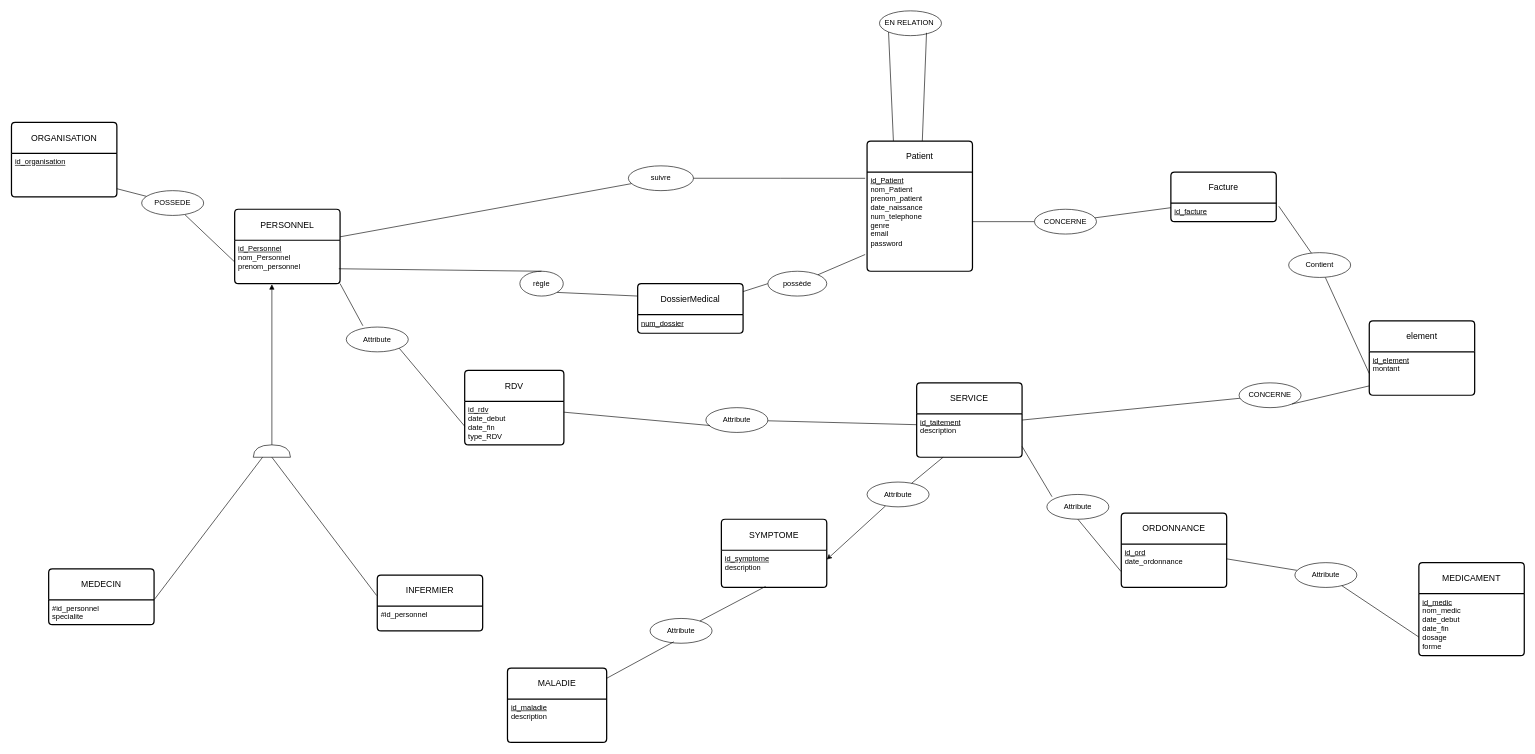
Earlier version of the draw.io diagram Untitled Diagram.drawio (riadriadriad/labMcd). Source tidied: cells renumbered, new cells numbered last; positions are measured from the earlier drawing's top-left corner, leaving out a move shared by most shapes. Both pictures are drawn from the tidied source at 62%, with x=0, y=0 at pixel (11, 11).
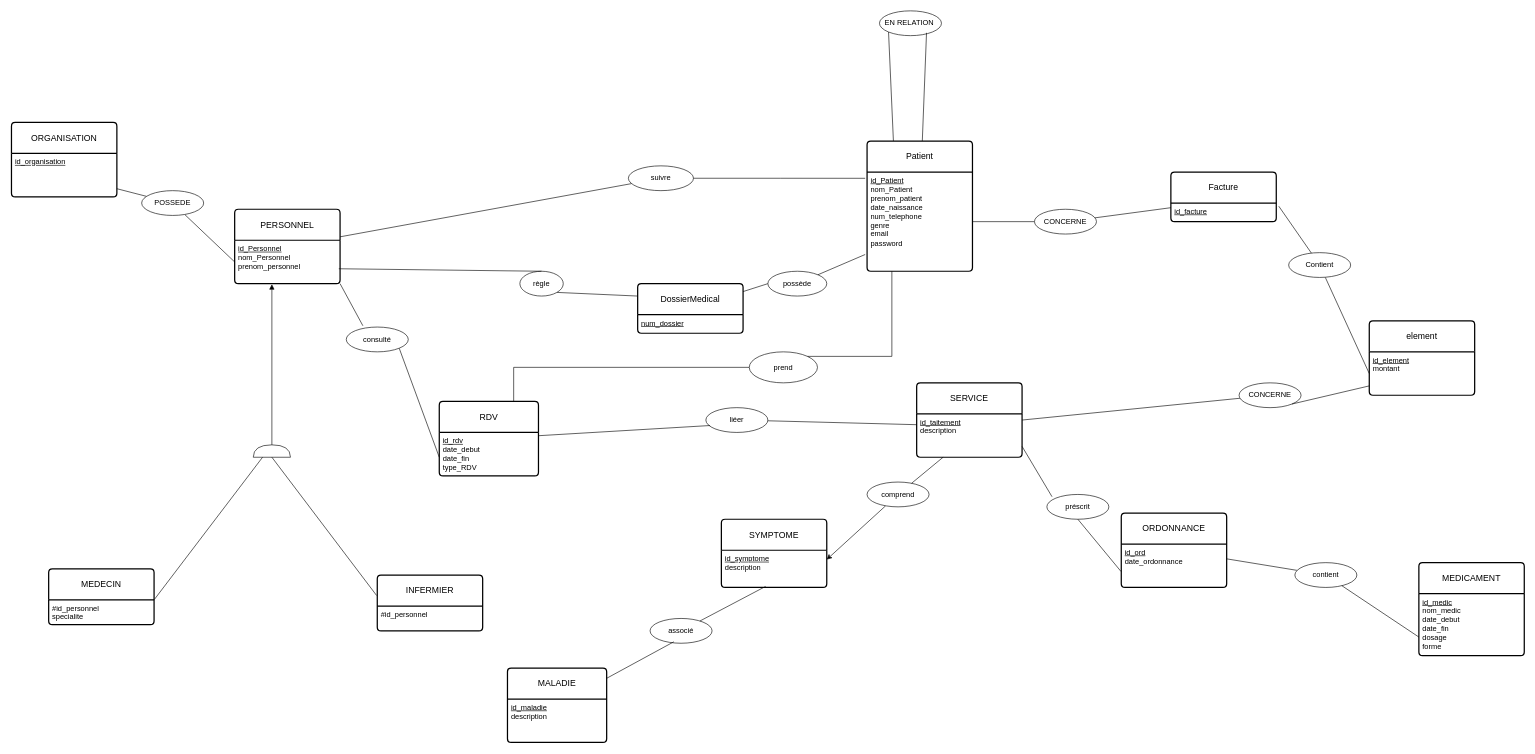
The same page after the edit.

Commit message:
Mettre à jour Untitled Diagram.drawio

Unchanged cells that the change refers to:
```xml
<mxCell id="9" value="&lt;u&gt;id_Patient&lt;br&gt;&lt;/u&gt;nom_Patient&lt;br&gt;prenom_patient&lt;br&gt;date_naissance&lt;br&gt;num_telephone&lt;br&gt;genre&lt;br&gt;email&lt;br&gt;password" style="align=left;strokeColor=none;fillColor=none;spacingLeft=4;fontSize=12;verticalAlign=top;html=1;" parent="8" vertex="1">
  <mxGeometry y="50" width="170" height="160" as="geometry" />
</mxCell>
```

The edit, as a diff of the source:
```diff
@@
     <mxCell id="44" value="RDV" style="swimlane;horizontal=1;startSize=50;rounded=1;fontSize=14;fontStyle=0;strokeWidth=2;shadow=0;dashed=0;align=center;arcSize=4;whiteSpace=wrap;html=1;" parent="1" vertex="1">
-      <mxGeometry x="731" y="580" width="160" height="120" as="geometry" />
+      <mxGeometry x="690" y="630" width="160" height="120" as="geometry" />
     </mxCell>
@@
-    <mxCell id="47" value="Attribute" style="ellipse;whiteSpace=wrap;html=1;align=center;" parent="1" vertex="1">
+    <mxCell id="47" value="liéer" style="ellipse;whiteSpace=wrap;html=1;align=center;" parent="1" vertex="1">
       <mxGeometry x="1120" y="640" width="100" height="40" as="geometry" />
     </mxCell>
@@
-    <mxCell id="49" value="Attribute" style="ellipse;whiteSpace=wrap;html=1;align=center;" parent="1" vertex="1">
+    <mxCell id="49" value="consulté" style="ellipse;whiteSpace=wrap;html=1;align=center;" parent="1" vertex="1">
       <mxGeometry x="540" y="510" width="100" height="40" as="geometry" />
     </mxCell>
@@
-    <mxCell id="58" value="Attribute" style="ellipse;whiteSpace=wrap;html=1;align=center;" parent="1" vertex="1">
+    <mxCell id="58" value="comprend" style="ellipse;whiteSpace=wrap;html=1;align=center;" parent="1" vertex="1">
       <mxGeometry x="1380" y="760" width="100" height="40" as="geometry" />
     </mxCell>
-    <mxCell id="59" value="Attribute" style="ellipse;whiteSpace=wrap;html=1;align=center;" parent="1" vertex="1">
+    <mxCell id="59" value="associé" style="ellipse;whiteSpace=wrap;html=1;align=center;" parent="1" vertex="1">
       <mxGeometry x="1030" y="980" width="100" height="40" as="geometry" />
     </mxCell>
@@
-    <mxCell id="64" value="Attribute" style="ellipse;whiteSpace=wrap;html=1;align=center;" parent="1" vertex="1">
+    <mxCell id="64" value="préscrit" style="ellipse;whiteSpace=wrap;html=1;align=center;" parent="1" vertex="1">
       <mxGeometry x="1670" y="780" width="100" height="40" as="geometry" />
     </mxCell>
@@
-    <mxCell id="66" value="Attribute" style="ellipse;whiteSpace=wrap;html=1;align=center;" parent="1" vertex="1">
+    <mxCell id="66" value="contient" style="ellipse;whiteSpace=wrap;html=1;align=center;" parent="1" vertex="1">
       <mxGeometry x="2070" y="890" width="100" height="40" as="geometry" />
     </mxCell>
@@
+    <mxCell id="78" style="edgeStyle=orthogonalEdgeStyle;rounded=0;jettySize=auto;html=1;entryX=0.75;entryY=0;entryDx=0;entryDy=0;endArrow=none;endFill=0;" parent="1" edge="1" source="79" target="44">
+      <mxGeometry relative="1" as="geometry" />
+    </mxCell>
+    <mxCell id="79" value="prend" style="ellipse;whiteSpace=wrap;html=1;" parent="1" vertex="1">
+      <mxGeometry x="1190" y="550" width="110" height="50" as="geometry" />
+    </mxCell>
+    <mxCell id="80" style="edgeStyle=orthogonalEdgeStyle;rounded=0;jettySize=auto;html=1;entryX=1;entryY=0;entryDx=0;entryDy=0;endArrow=none;endFill=0;" parent="1" edge="1" source="9" target="79">
+      <mxGeometry relative="1" as="geometry">
+        <Array as="points">
+          <mxPoint x="1420" y="557" />
+        </Array>
+      </mxGeometry>
+    </mxCell>
```
